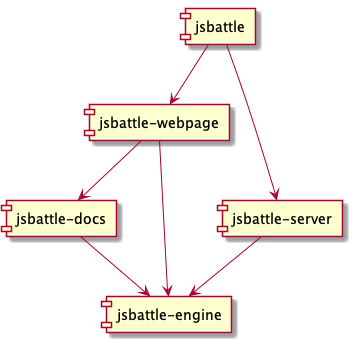
Before: packages/jsbattle-docs/docs/img/puml/packages.png, a diagram exported from PlantUML (jamro/jsbattle).
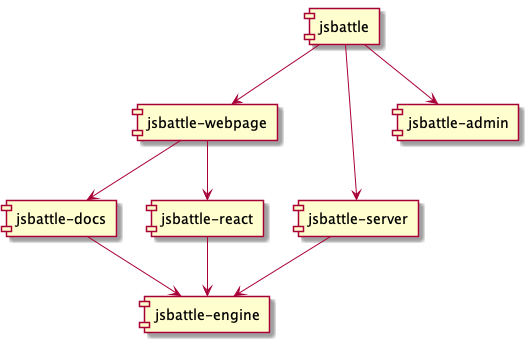
After the change.

Diff of the diagram source:
```diff
@@ -2,9 +2,11 @@
 
 [jsbattle] --> [jsbattle-webpage]
 [jsbattle] --> [jsbattle-server]
+[jsbattle] --> [jsbattle-admin]
 [jsbattle-docs] --> [jsbattle-engine]
+[jsbattle-react] --> [jsbattle-engine]
 [jsbattle-server] --> [jsbattle-engine]
-[jsbattle-webpage] --> [jsbattle-engine]
+[jsbattle-webpage] --> [jsbattle-react]
 [jsbattle-webpage] --> [jsbattle-docs]
 
 @enduml
```
